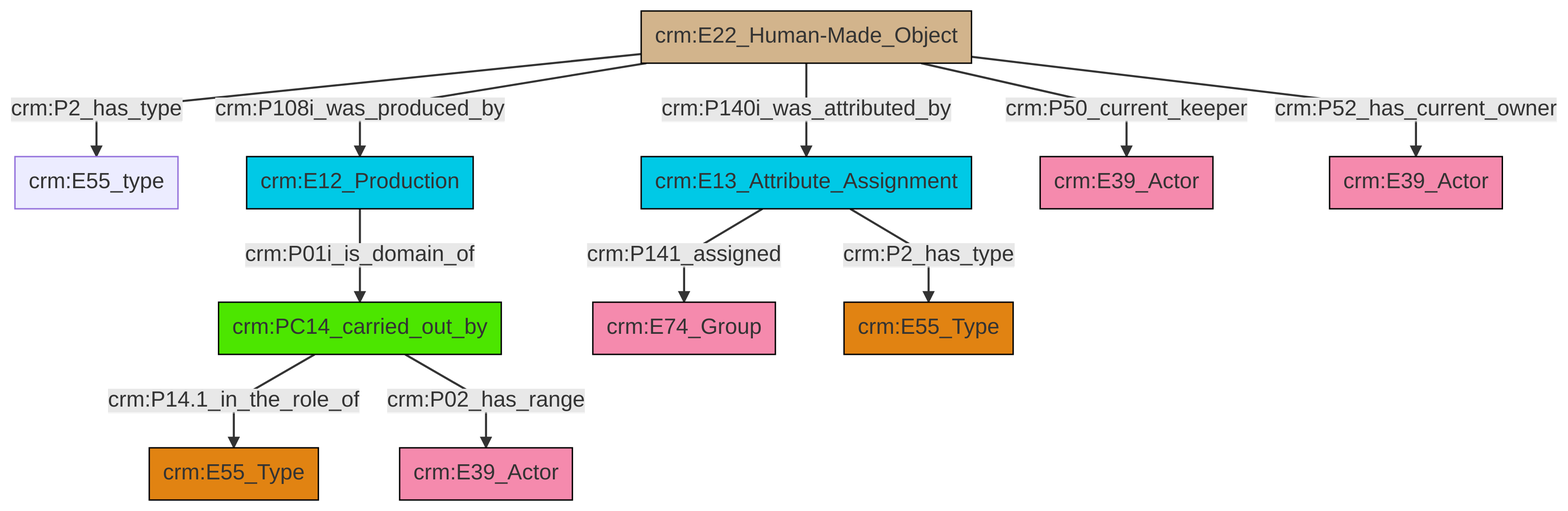
The Mermaid diagram et/artworkCSV/ttl/mmd/png/Artwork_Actor_Relations.png in swiss-art-research-net/docs.swissartresearch, before a commit. Its source is kept beside it as et/artworkCSV/ttl/mmd/Artwork_Actor_Relations.ttl.mmd.
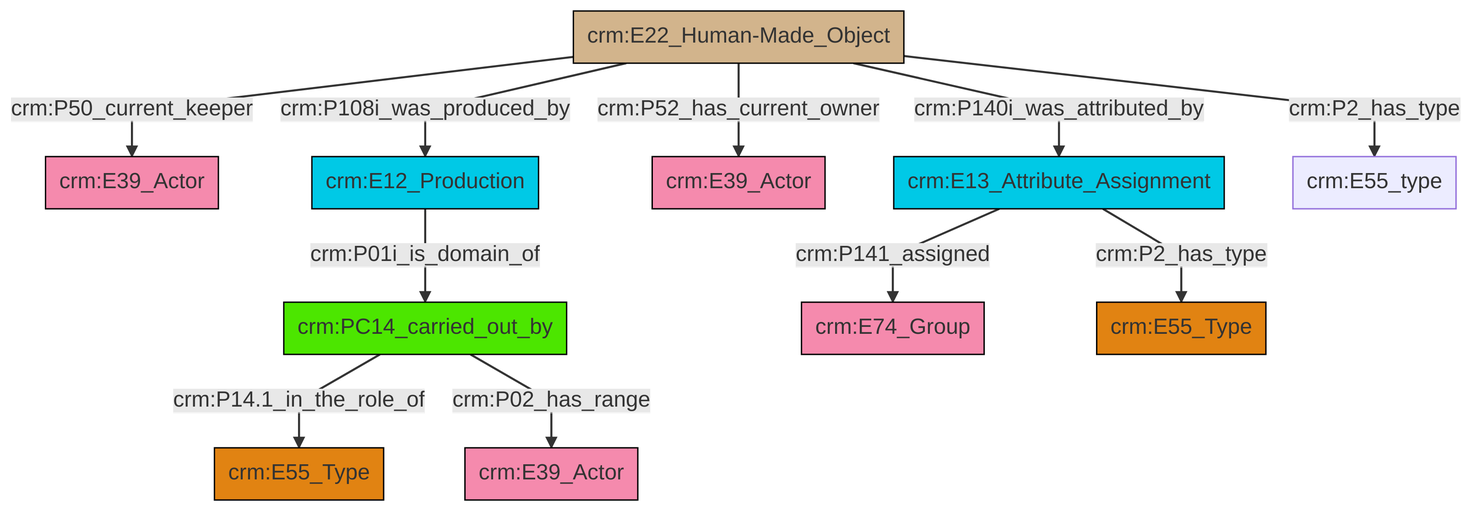
The same file after the commit.

What changed in the source:
```diff
@@ -13,13 +13,13 @@
 classDef PC_Classes fill:#4ce600, stroke:#000000;
 classDef Multi fill:#cccccc,stroke:#000000;
 
-0["crm:E22_Human-Made_Object"]:::Physical_Thing -->|crm:P2_has_type| 1["crm:E55_type"]:::Default
-2["crm:E13_Attribute_Assignment"]:::Temporal_Entity -->|crm:P141_assigned| 3["crm:E74_Group"]:::Actor
-5["crm:PC14_carried_out_by"]:::PC_Classes -->|crm:P14.1_in_the_role_of| 6["crm:E55_Type"]:::Type
-0["crm:E22_Human-Made_Object"]:::Physical_Thing -->|crm:P108i_was_produced_by| 15["crm:E12_Production"]:::Temporal_Entity
-5["crm:PC14_carried_out_by"]:::PC_Classes -->|crm:P02_has_range| 16["crm:E39_Actor"]:::Actor
-15["crm:E12_Production"]:::Temporal_Entity -->|crm:P01i_is_domain_of| 5["crm:PC14_carried_out_by"]:::PC_Classes
-2["crm:E13_Attribute_Assignment"]:::Temporal_Entity -->|crm:P2_has_type| 7["crm:E55_Type"]:::Type
-0["crm:E22_Human-Made_Object"]:::Physical_Thing -->|crm:P140i_was_attributed_by| 2["crm:E13_Attribute_Assignment"]:::Temporal_Entity
-0["crm:E22_Human-Made_Object"]:::Physical_Thing -->|crm:P50_current_keeper| 20["crm:E39_Actor"]:::Actor
-0["crm:E22_Human-Made_Object"]:::Physical_Thing -->|crm:P52_has_current_owner| 11["crm:E39_Actor"]:::Actor
+0["crm:E22_Human-Made_Object"]:::Physical_Thing -->|crm:P50_current_keeper| 1["crm:E39_Actor"]:::Actor
+0["crm:E22_Human-Made_Object"]:::Physical_Thing -->|crm:P52_has_current_owner| 8["crm:E39_Actor"]:::Actor
+11["crm:E12_Production"]:::Temporal_Entity -->|crm:P01i_is_domain_of| 2["crm:PC14_carried_out_by"]:::PC_Classes
+2["crm:PC14_carried_out_by"]:::PC_Classes -->|crm:P14.1_in_the_role_of| 9["crm:E55_Type"]:::Type
+6["crm:E13_Attribute_Assignment"]:::Temporal_Entity -->|crm:P141_assigned| 16["crm:E74_Group"]:::Actor
+6["crm:E13_Attribute_Assignment"]:::Temporal_Entity -->|crm:P2_has_type| 17["crm:E55_Type"]:::Type
+0["crm:E22_Human-Made_Object"]:::Physical_Thing -->|crm:P108i_was_produced_by| 11["crm:E12_Production"]:::Temporal_Entity
+2["crm:PC14_carried_out_by"]:::PC_Classes -->|crm:P02_has_range| 4["crm:E39_Actor"]:::Actor
+0["crm:E22_Human-Made_Object"]:::Physical_Thing -->|crm:P140i_was_attributed_by| 6["crm:E13_Attribute_Assignment"]:::Temporal_Entity
+0["crm:E22_Human-Made_Object"]:::Physical_Thing -->|crm:P2_has_type| 13["crm:E55_type"]:::Default
```
